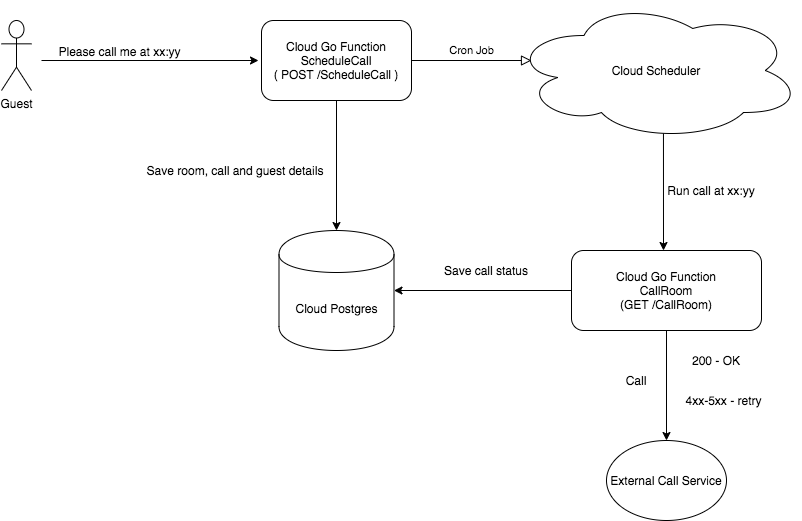
This is images/diagram.png from evt/wakeup, a draw.io export, as it was before one commit. Source tidied: cells renumbered, new cells last; positions are measured from the earlier drawing's top-left corner, leaving out a move shared by most shapes. Source of this version:
```xml
<mxGraphModel>
  <root>
    <mxCell id="0" />
    <mxCell id="1" parent="0" />
    <mxCell id="2" value="Cron Job" style="edgeStyle=orthogonalEdgeStyle;rounded=0;html=1;jettySize=auto;orthogonalLoop=1;fontSize=11;endArrow=block;endFill=0;endSize=8;strokeWidth=1;shadow=0;labelBackgroundColor=none;" parent="1" edge="1">
      <mxGeometry y="10" relative="1" as="geometry">
        <mxPoint x="410" y="60" as="sourcePoint" />
        <mxPoint x="530" y="60" as="targetPoint" />
      </mxGeometry>
    </mxCell>
    <mxCell id="3" value="Cloud Scheduler" style="ellipse;shape=cloud;whiteSpace=wrap;html=1;" parent="1" vertex="1">
      <mxGeometry x="510" width="290" height="140" as="geometry" />
    </mxCell>
    <mxCell id="4" style="endArrow=classic;html=1;exitX=0.524;exitY=0.95;exitDx=0;exitDy=0;exitPerimeter=0;" parent="1" edge="1" source="3">
      <mxGeometry relative="1" as="geometry">
        <mxPoint x="662" y="250" as="targetPoint" />
      </mxGeometry>
    </mxCell>
    <mxCell id="5" value="Cloud Go Function&lt;br&gt;CallRoom&lt;br&gt;(GET /CallRoom)" style="rounded=1;whiteSpace=wrap;html=1;" parent="1" vertex="1">
      <mxGeometry x="570" y="250" width="190" height="80" as="geometry" />
    </mxCell>
    <mxCell id="6" value="Cloud Go Function&lt;br&gt;ScheduleCall&lt;br&gt;( POST /ScheduleCall )" style="rounded=1;whiteSpace=wrap;html=1;" parent="1" vertex="1">
      <mxGeometry x="260" y="20" width="150" height="80" as="geometry" />
    </mxCell>
    <mxCell id="7" value="Run call at xx:yy" style="text;html=1;strokeColor=none;fillColor=none;align=center;verticalAlign=middle;whiteSpace=wrap;rounded=0;" parent="1" vertex="1">
      <mxGeometry x="660" y="180" width="100" height="20" as="geometry" />
    </mxCell>
    <mxCell id="8" value="Cloud Postgres" style="shape=cylinder;whiteSpace=wrap;html=1;boundedLbl=1;backgroundOutline=1;" parent="1" vertex="1">
      <mxGeometry x="277.5" y="230" width="115" height="120" as="geometry" />
    </mxCell>
    <mxCell id="9" style="endArrow=classic;html=1;entryX=0.5;entryY=0;entryDx=0;entryDy=0;" parent="1" edge="1" target="8">
      <mxGeometry relative="1" as="geometry">
        <mxPoint x="335" y="100" as="sourcePoint" />
      </mxGeometry>
    </mxCell>
    <mxCell id="10" value="Save room, call and guest details" style="text;html=1;strokeColor=none;fillColor=none;align=center;verticalAlign=middle;whiteSpace=wrap;rounded=0;" parent="1" vertex="1">
      <mxGeometry x="130" y="160" width="207.5" height="20" as="geometry" />
    </mxCell>
    <mxCell id="11" value="Guest" style="shape=umlActor;verticalLabelPosition=bottom;labelBackgroundColor=#ffffff;verticalAlign=top;html=1;" parent="1" vertex="1">
      <mxGeometry y="20" width="30" height="70" as="geometry" />
    </mxCell>
    <mxCell id="12" style="endArrow=classic;html=1;" parent="1" edge="1">
      <mxGeometry relative="1" as="geometry">
        <mxPoint x="40" y="60" as="sourcePoint" />
        <mxPoint x="257" y="60" as="targetPoint" />
      </mxGeometry>
    </mxCell>
    <mxCell id="13" value="Please call me at xx:yy" style="text;html=1;align=center;verticalAlign=middle;" parent="1" vertex="1">
      <mxGeometry x="48" y="41" width="140" height="20" as="geometry" />
    </mxCell>
    <mxCell id="14" value="External Call Service" style="ellipse;whiteSpace=wrap;html=1;" parent="1" vertex="1">
      <mxGeometry x="605" y="440" width="120" height="80" as="geometry" />
    </mxCell>
    <mxCell id="15" style="endArrow=classic;html=1;exitX=0;exitY=0.5;exitDx=0;exitDy=0;entryX=1;entryY=0.5;entryDx=0;entryDy=0;" parent="1" edge="1" source="5" target="8">
      <mxGeometry relative="1" as="geometry" />
    </mxCell>
    <mxCell id="16" value="Save call status" style="text;html=1;strokeColor=none;fillColor=none;align=center;verticalAlign=middle;whiteSpace=wrap;rounded=0;" parent="1" vertex="1">
      <mxGeometry x="440" y="260" width="90" height="20" as="geometry" />
    </mxCell>
    <mxCell id="17" style="endArrow=classic;html=1;exitX=0.5;exitY=1;exitDx=0;exitDy=0;entryX=0.5;entryY=0;entryDx=0;entryDy=0;" parent="1" edge="1" source="5" target="14">
      <mxGeometry relative="1" as="geometry" />
    </mxCell>
    <mxCell id="18" value="Call" style="text;html=1;strokeColor=none;fillColor=none;align=center;verticalAlign=middle;whiteSpace=wrap;rounded=0;" parent="1" vertex="1">
      <mxGeometry x="570" y="370" width="130" height="20" as="geometry" />
    </mxCell>
    <mxCell id="19" value="200 - OK" style="text;html=1;strokeColor=none;fillColor=none;align=center;verticalAlign=middle;whiteSpace=wrap;rounded=0;" parent="1" vertex="1">
      <mxGeometry x="680" y="350" width="70" height="20" as="geometry" />
    </mxCell>
    <mxCell id="20" value="4xx-5xx - retry&lt;br&gt;" style="text;html=1;strokeColor=none;fillColor=none;align=center;verticalAlign=middle;whiteSpace=wrap;rounded=0;" parent="1" vertex="1">
      <mxGeometry x="680" y="390" width="85" height="20" as="geometry" />
    </mxCell>
  </root>
</mxGraphModel>
```
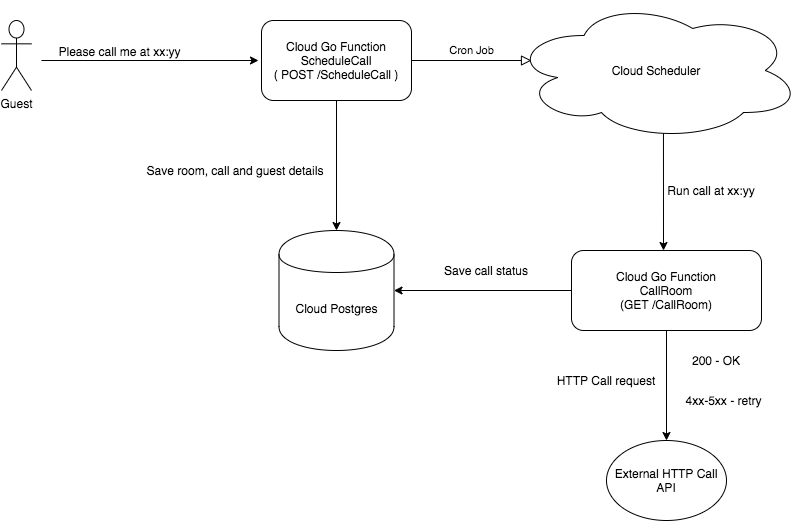
The same file after the commit.

What changed in the source:
```diff
@@ -48,7 +48,7 @@
     <mxCell id="13" value="Please call me at xx:yy" style="text;html=1;align=center;verticalAlign=middle;" parent="1" vertex="1">
       <mxGeometry x="48" y="41" width="140" height="20" as="geometry" />
     </mxCell>
-    <mxCell id="14" value="External Call Service" style="ellipse;whiteSpace=wrap;html=1;" parent="1" vertex="1">
+    <mxCell id="14" value="External HTTP Call API" style="ellipse;whiteSpace=wrap;html=1;" parent="1" vertex="1">
       <mxGeometry x="605" y="440" width="120" height="80" as="geometry" />
     </mxCell>
     <mxCell id="15" style="endArrow=classic;html=1;exitX=0;exitY=0.5;exitDx=0;exitDy=0;entryX=1;entryY=0.5;entryDx=0;entryDy=0;" parent="1" edge="1" source="5" target="8">
@@ -60,8 +60,8 @@
     <mxCell id="17" style="endArrow=classic;html=1;exitX=0.5;exitY=1;exitDx=0;exitDy=0;entryX=0.5;entryY=0;entryDx=0;entryDy=0;" parent="1" edge="1" source="5" target="14">
       <mxGeometry relative="1" as="geometry" />
     </mxCell>
-    <mxCell id="18" value="Call" style="text;html=1;strokeColor=none;fillColor=none;align=center;verticalAlign=middle;whiteSpace=wrap;rounded=0;" parent="1" vertex="1">
-      <mxGeometry x="570" y="370" width="130" height="20" as="geometry" />
+    <mxCell id="18" value="HTTP Call request" style="text;html=1;strokeColor=none;fillColor=none;align=center;verticalAlign=middle;whiteSpace=wrap;rounded=0;" parent="1" vertex="1">
+      <mxGeometry x="540" y="370" width="130" height="20" as="geometry" />
     </mxCell>
     <mxCell id="19" value="200 - OK" style="text;html=1;strokeColor=none;fillColor=none;align=center;verticalAlign=middle;whiteSpace=wrap;rounded=0;" parent="1" vertex="1">
       <mxGeometry x="680" y="350" width="70" height="20" as="geometry" />
```
